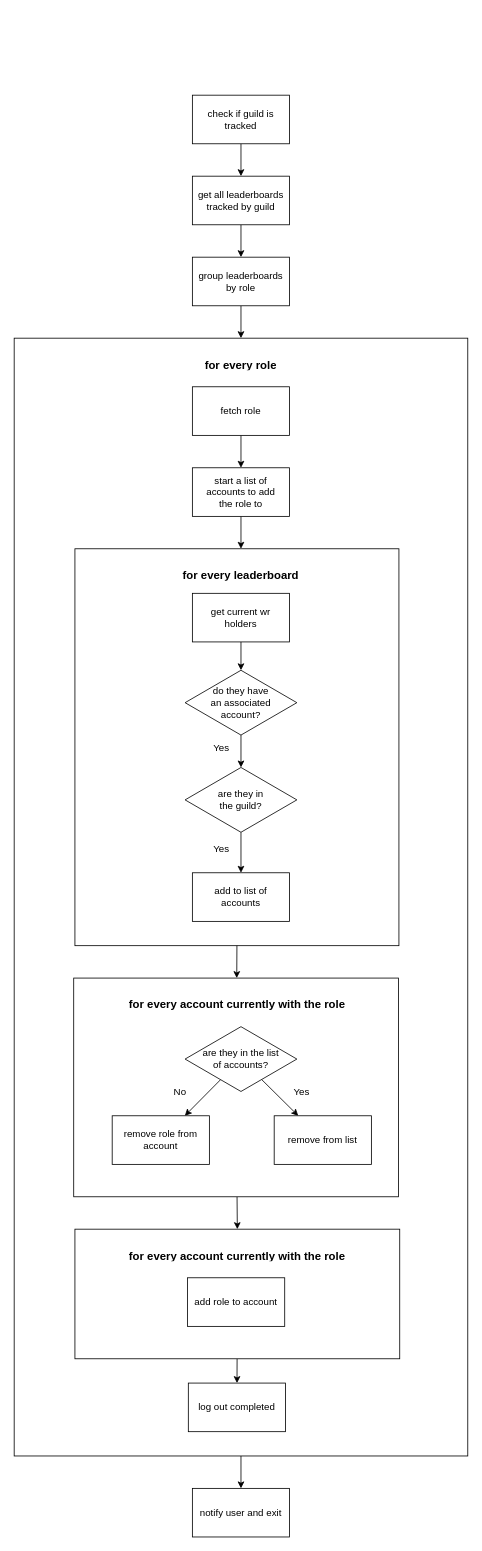
The draw.io diagram src/discord/commands/update.drawio in mitchell-merry/src-wrs-bot-v2, before the edit. Source tidied: cells renumbered, new cells numbered last; positions are measured from the earlier drawing's top-left corner, leaving out a move shared by most shapes. Both pictures are drawn from the tidied source at 81%, with x=0, y=0 at pixel (14, 95).
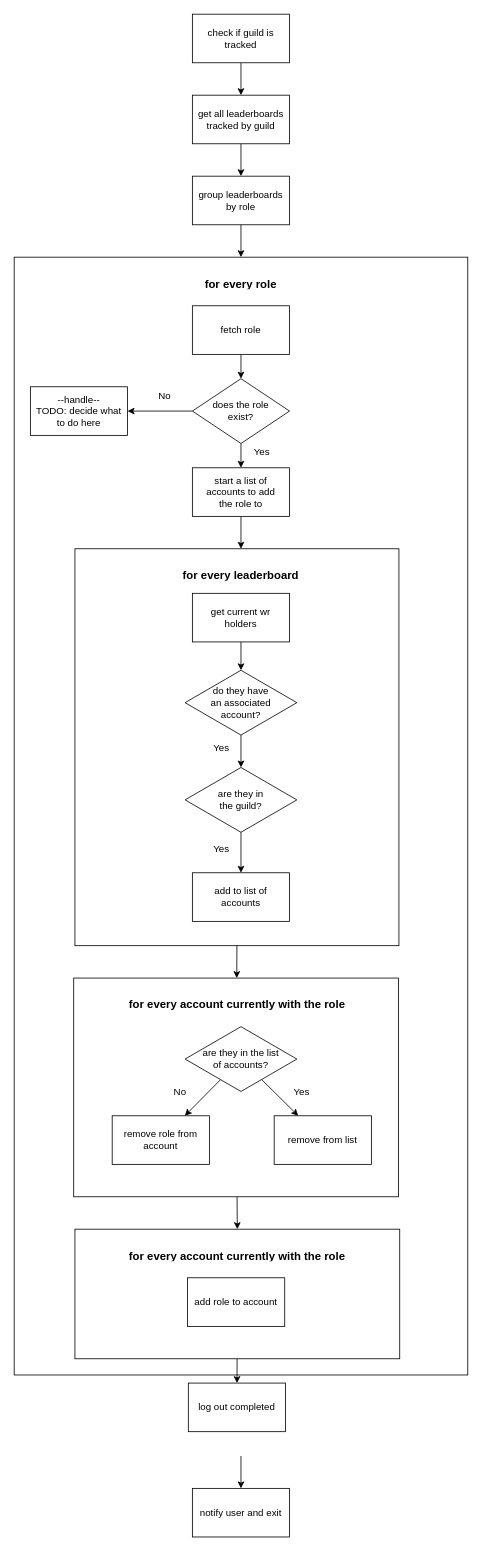
The same diagram, later.

Commit message:
Add clause to update flowchart, for if role doesn't exist.

The change refers to these unchanged cells:
```xml
<mxCell id="38" value="notify user and exit" style="whiteSpace=wrap;html=1;rounded=0;" parent="1" vertex="1">
  <mxGeometry x="220" y="1720" width="120" height="60" as="geometry" />
</mxCell>
```

The edit, as a diff of the source:
```diff
@@
-    <mxCell id="2" style="edgeStyle=none;html=1;fontSize=12;exitX=0.5;exitY=1;exitDx=0;exitDy=0;entryX=0.5;entryY=0;entryDx=0;entryDy=0;" parent="1" edge="1" source="3" target="38">
-      <mxGeometry relative="1" as="geometry" />
+    <mxCell id="2" style="edgeStyle=none;html=1;fontSize=12;exitX=0.5;exitY=1;exitDx=0;exitDy=0;entryX=0.5;entryY=0;entryDx=0;entryDy=0;" parent="1" edge="1" target="38">
+      <mxGeometry relative="1" as="geometry">
+        <mxPoint x="280" y="1680" as="sourcePoint" />
+      </mxGeometry>
     </mxCell>
     <mxCell id="3" style="whiteSpace=wrap;html=1;rounded=0;" parent="1" vertex="1">
-      <mxGeometry y="300" width="560" height="1380" as="geometry" />
+      <mxGeometry y="200" width="560" height="1380" as="geometry" />
     </mxCell>
@@
     <mxCell id="6" value="get all leaderboards tracked by guild" style="rounded=0;whiteSpace=wrap;html=1;" parent="1" vertex="1">
-      <mxGeometry x="220" y="100" width="120" height="60" as="geometry" />
+      <mxGeometry x="220" width="120" height="60" as="geometry" />
     </mxCell>
@@
     <mxCell id="9" value="&lt;h1&gt;&lt;font style=&quot;font-size: 14px&quot;&gt;for every role&lt;/font&gt;&lt;/h1&gt;" style="text;html=1;strokeColor=none;fillColor=none;spacing=5;spacingTop=-20;whiteSpace=wrap;overflow=hidden;rounded=0;align=center;" parent="1" vertex="1">
-      <mxGeometry x="200" y="310" width="160" height="30" as="geometry" />
+      <mxGeometry x="200" y="210" width="160" height="30" as="geometry" />
     </mxCell>
@@
     <mxCell id="13" value="group leaderboards&lt;br&gt;by role" style="whiteSpace=wrap;html=1;rounded=0;" parent="1" vertex="1">
-      <mxGeometry x="220" y="200" width="120" height="60" as="geometry" />
+      <mxGeometry x="220" y="100" width="120" height="60" as="geometry" />
     </mxCell>
@@
-    <mxCell id="39" style="edgeStyle=none;html=1;fontSize=12;" parent="1" edge="1" source="40">
-      <mxGeometry relative="1" as="geometry">
-        <mxPoint x="280" y="460" as="targetPoint" />
-      </mxGeometry>
-    </mxCell>
+    <mxCell id="43" style="edgeStyle=none;html=1;" parent="1" edge="1" source="40" target="46">
+      <mxGeometry relative="1" as="geometry" />
+    </mxCell>
     <mxCell id="40" value="fetch role" style="rounded=0;whiteSpace=wrap;html=1;" parent="1" vertex="1">
-      <mxGeometry x="220" y="360" width="120" height="60" as="geometry" />
+      <mxGeometry x="220" y="260" width="120" height="60" as="geometry" />
     </mxCell>
@@
     <mxCell id="42" value="check if guild is tracked" style="rounded=0;whiteSpace=wrap;html=1;" parent="1" vertex="1">
-      <mxGeometry x="220" width="120" height="60" as="geometry" />
+      <mxGeometry x="220" y="-100" width="120" height="60" as="geometry" />
     </mxCell>
+    <mxCell id="44" style="edgeStyle=none;html=1;exitX=0.5;exitY=1;exitDx=0;exitDy=0;" parent="1" edge="1" source="46">
+      <mxGeometry relative="1" as="geometry">
+        <mxPoint x="280" y="460" as="targetPoint" />
+      </mxGeometry>
+    </mxCell>
+    <mxCell id="45" style="edgeStyle=none;html=1;" parent="1" edge="1" source="46" target="47">
+      <mxGeometry relative="1" as="geometry" />
+    </mxCell>
+    <mxCell id="46" value="does the role&lt;br&gt;exist?" style="rhombus;whiteSpace=wrap;html=1;rounded=0;" parent="1" vertex="1">
+      <mxGeometry x="220" y="350" width="120" height="80" as="geometry" />
+    </mxCell>
+    <mxCell id="47" value="--handle--&lt;br&gt;TODO: decide what to do here" style="whiteSpace=wrap;html=1;rounded=0;" parent="1" vertex="1">
+      <mxGeometry x="20" y="360" width="120" height="60" as="geometry" />
+    </mxCell>
+    <mxCell id="48" value="&lt;font style=&quot;font-size: 12px&quot;&gt;Yes&lt;/font&gt;" style="text;html=1;strokeColor=none;fillColor=none;align=center;verticalAlign=middle;whiteSpace=wrap;rounded=0;fontSize=14;" parent="1" vertex="1">
+      <mxGeometry x="291" y="430" width="30" height="20" as="geometry" />
+    </mxCell>
+    <mxCell id="49" value="&lt;font style=&quot;font-size: 12px&quot;&gt;No&lt;/font&gt;" style="text;html=1;strokeColor=none;fillColor=none;align=center;verticalAlign=middle;whiteSpace=wrap;rounded=0;fontSize=14;" parent="1" vertex="1">
+      <mxGeometry x="171" y="360" width="30" height="20" as="geometry" />
+    </mxCell>
```
